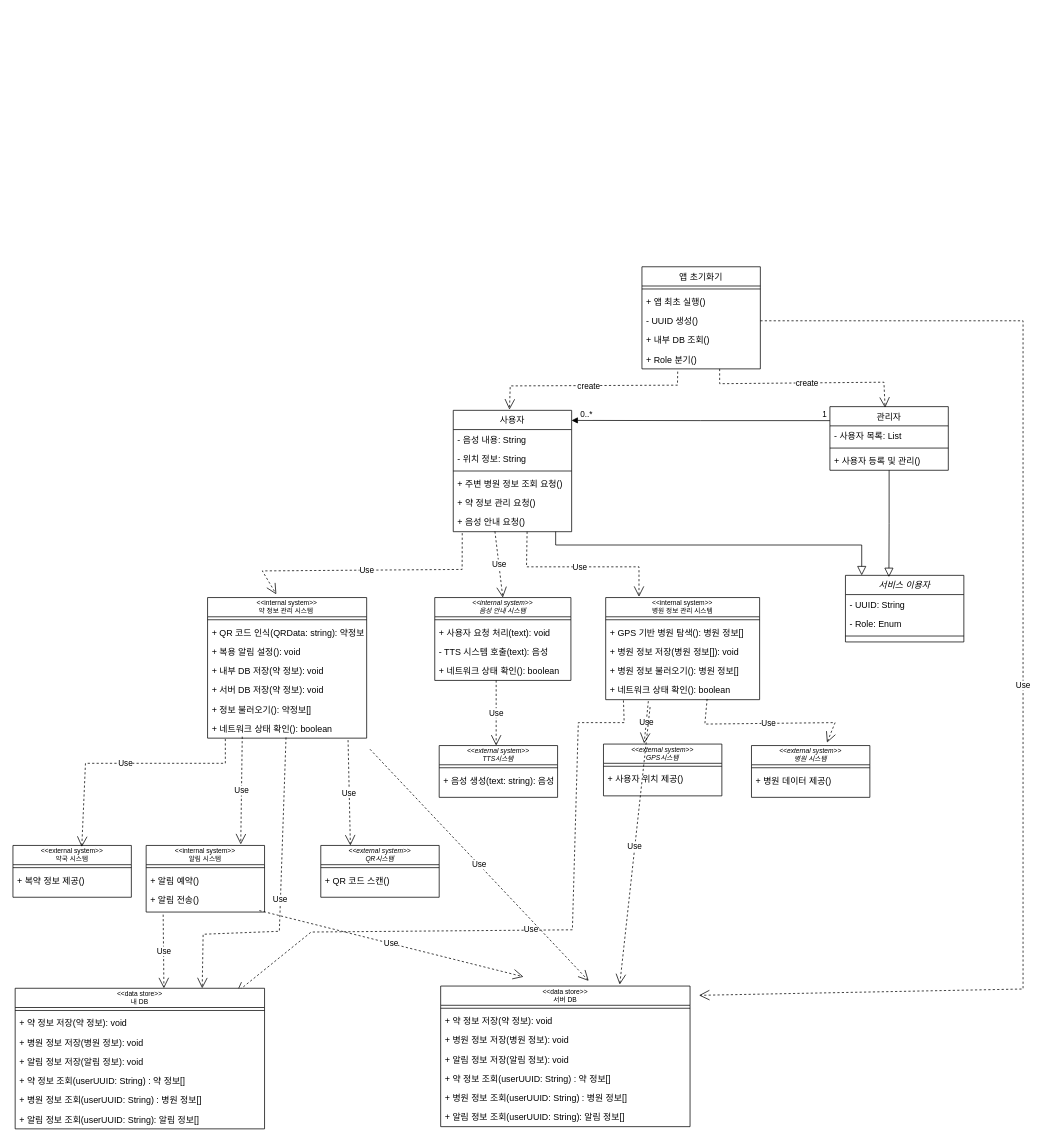
wnthsk/sejujun keeps this draw.io diagram as CLASSDIAGRAM.drawio. Above is the earlier version. Source tidied: cells renumbered, new cells numbered last; positions are measured from the earlier drawing's top-left corner, leaving out a move shared by most shapes. Both pictures are drawn from the tidied source at 74%, with x=0, y=0 at pixel (13, 266).
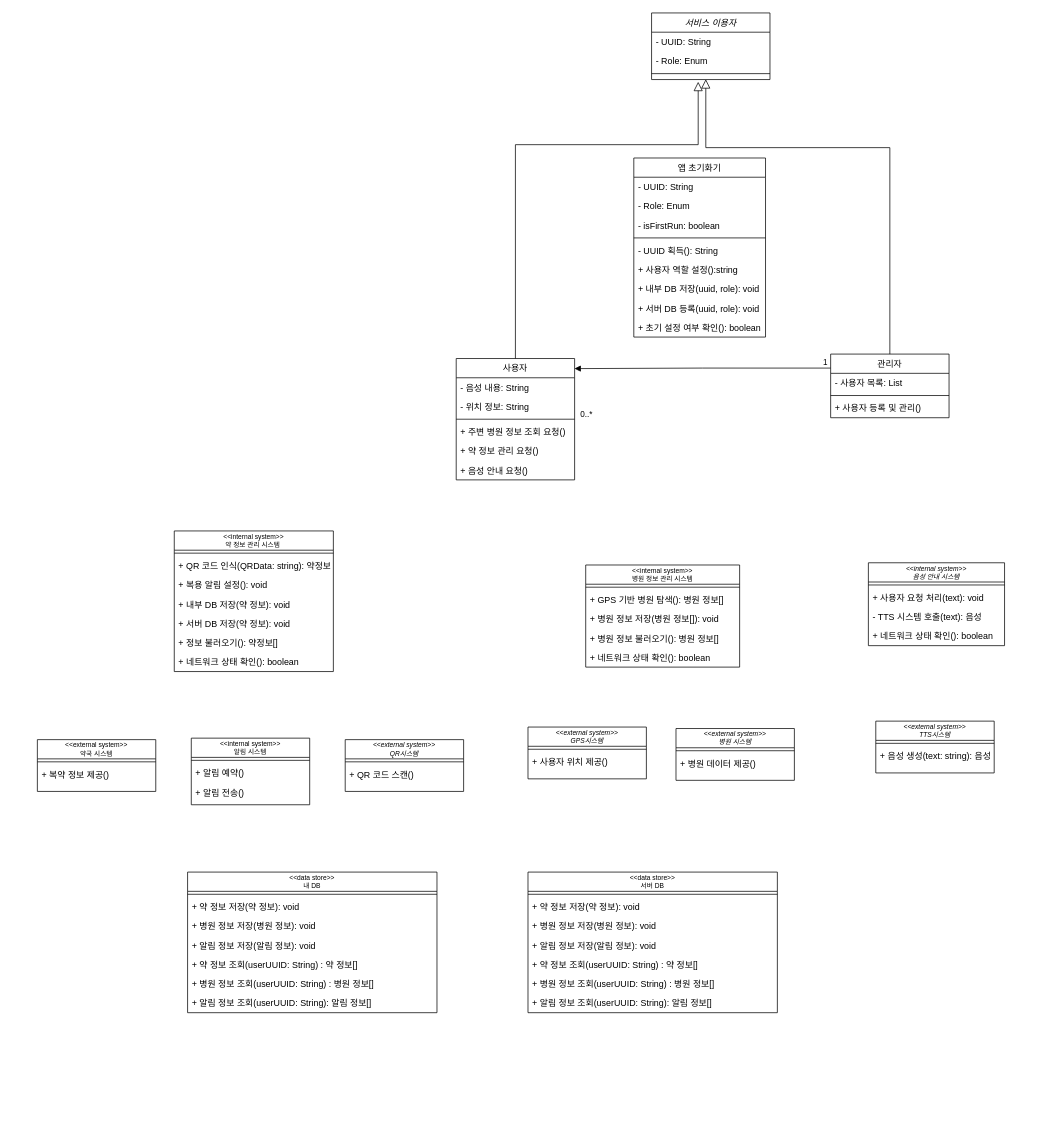
After the change.

The change refers to these unchanged cells:
```xml
<mxCell id="4" value="- Role: Enum" style="text;align=left;verticalAlign=top;spacingLeft=4;spacingRight=4;overflow=hidden;points=[[0,0.5],[1,0.5]];portConstraint=eastwest;rounded=0;shadow=0;html=0;" parent="2" vertex="1">
  <mxGeometry y="52" width="160" height="26" as="geometry" />
</mxCell>
<mxCell id="12" value="+ 음성 안내 요청()" style="text;align=left;verticalAlign=top;spacingLeft=4;spacingRight=4;overflow=hidden;points=[[0,0.5],[1,0.5]];portConstraint=eastwest;" parent="6" vertex="1">
  <mxGeometry y="138" width="160" height="26" as="geometry" />
</mxCell>
<mxCell id="37" value="+ 네트워크 상태 확인(): boolean" style="text;align=left;verticalAlign=top;spacingLeft=4;spacingRight=4;overflow=hidden;points=[[0,0.5],[1,0.5]];portConstraint=eastwest;" parent="30" vertex="1">
  <mxGeometry y="164" width="215" height="26" as="geometry" />
</mxCell>
<mxCell id="43" value="+ 네트워크 상태 확인(): boolean" style="text;align=left;verticalAlign=top;spacingLeft=4;spacingRight=4;overflow=hidden;points=[[0,0.5],[1,0.5]];portConstraint=eastwest;" parent="38" vertex="1">
  <mxGeometry y="112" width="208" height="26" as="geometry" />
</mxCell>
```

Change to the diagram source:
```diff
@@
     <mxCell id="2" value="서비스 이용자" style="swimlane;fontStyle=2;align=center;verticalAlign=top;horizontal=1;startSize=26;rounded=0;shadow=0;strokeWidth=1;" parent="1" vertex="1">
-      <mxGeometry x="1125" y="417" width="160" height="90" as="geometry" />
+      <mxGeometry x="863" y="-343" width="160" height="90" as="geometry" />
     </mxCell>
@@
     <mxCell id="6" value="사용자" style="swimlane;fontStyle=0;align=center;verticalAlign=top;horizontal=1;startSize=26;rounded=0;shadow=0;strokeWidth=1;" parent="1" vertex="1">
-      <mxGeometry x="595" y="194" width="160" height="164" as="geometry" />
+      <mxGeometry x="599" y="124" width="160" height="164" as="geometry" />
     </mxCell>
@@
-    <mxCell id="13" style="endArrow=block;endSize=10;endFill=0;shadow=0;strokeWidth=1;rounded=0;curved=0;edgeStyle=elbowEdgeStyle;elbow=vertical;exitX=0.865;exitY=0.998;exitDx=0;exitDy=0;exitPerimeter=0;" parent="1" edge="1" source="12">
+    <mxCell id="13" style="endArrow=block;endSize=10;endFill=0;shadow=0;strokeWidth=1;rounded=0;curved=0;edgeStyle=elbowEdgeStyle;elbow=vertical;exitX=0.5;exitY=0;exitDx=0;exitDy=0;" parent="1" edge="1" source="6">
       <mxGeometry relative="1" as="geometry">
-        <mxPoint x="1147" y="417" as="targetPoint" />
+        <mxPoint x="926" y="-250" as="targetPoint" />
         <Array as="points">
-          <mxPoint x="1035" y="376" />
+          <mxPoint x="833" y="-165" />
         </Array>
       </mxGeometry>
     </mxCell>
     <mxCell id="14" value="관리자" style="swimlane;fontStyle=0;align=center;verticalAlign=top;horizontal=1;startSize=26;rounded=0;shadow=0;strokeWidth=1;" parent="1" vertex="1">
-      <mxGeometry x="1104" y="189" width="160" height="86" as="geometry" />
+      <mxGeometry x="1105" y="118" width="160" height="86" as="geometry" />
     </mxCell>
@@
-    <mxCell id="18" style="endArrow=block;endSize=10;endFill=0;shadow=0;strokeWidth=1;rounded=0;curved=0;edgeStyle=elbowEdgeStyle;elbow=vertical;entryX=0.367;entryY=0.026;entryDx=0;entryDy=0;entryPerimeter=0;" parent="1" edge="1" source="14" target="2">
-      <mxGeometry relative="1" as="geometry" />
+    <mxCell id="18" style="endArrow=block;endSize=10;endFill=0;shadow=0;strokeWidth=1;rounded=0;curved=0;edgeStyle=elbowEdgeStyle;elbow=vertical;entryX=0.458;entryY=1.445;entryDx=0;entryDy=0;entryPerimeter=0;" parent="1" edge="1" source="14" target="4">
+      <mxGeometry relative="1" as="geometry">
+        <Array as="points">
+          <mxPoint x="1055" y="-161" />
+        </Array>
+      </mxGeometry>
     </mxCell>
     <mxCell id="19" value="앱 초기화기" style="swimlane;fontStyle=0;align=center;verticalAlign=top;horizontal=1;startSize=26;rounded=0;shadow=0;strokeWidth=1;" parent="1" vertex="1">
-      <mxGeometry x="850" width="160" height="138" as="geometry" />
+      <mxGeometry x="839" y="-147" width="178" height="242" as="geometry" />
     </mxCell>
+    <mxCell id="100" value="- UUID: String" style="text;align=left;verticalAlign=top;spacingLeft=4;spacingRight=4;overflow=hidden;" parent="19" vertex="1">
+      <mxGeometry y="26" width="178" height="26" as="geometry" />
+    </mxCell>
+    <mxCell id="101" value="- Role: Enum" style="text;align=left;verticalAlign=top;spacingLeft=4;spacingRight=4;overflow=hidden;" parent="19" vertex="1">
+      <mxGeometry y="52" width="178" height="26" as="geometry" />
+    </mxCell>
+    <mxCell id="102" value="- isFirstRun: boolean" style="text;align=left;verticalAlign=top;spacingLeft=4;spacingRight=4;overflow=hidden;" parent="19" vertex="1">
+      <mxGeometry y="78" width="178" height="26" as="geometry" />
+    </mxCell>
     <mxCell id="20" style="line;html=1;strokeWidth=1;align=left;verticalAlign=middle;spacingTop=-1;spacingLeft=3;spacingRight=3;labelPosition=right;" parent="19" vertex="1">
-      <mxGeometry y="26" width="160" height="8" as="geometry" />
+      <mxGeometry y="104" width="178" height="8" as="geometry" />
     </mxCell>
+    <mxCell id="22" value="- UUID 획득(): String" style="text;align=left;verticalAlign=top;spacingLeft=4;spacingRight=4;overflow=hidden;points=[[0,0.5],[1,0.5]];portConstraint=eastwest;" parent="19" vertex="1">
+      <mxGeometry y="112" width="178" height="26" as="geometry" />
+    </mxCell>
-    <mxCell id="21" value="+ 앱 최초 실행()" style="text;align=left;verticalAlign=top;spacingLeft=4;spacingRight=4;overflow=hidden;" parent="19" vertex="1">
-      <mxGeometry y="34" width="160" height="26" as="geometry" />
+    <mxCell id="21" value="+ 사용자 역할 설정():string" style="text;align=left;verticalAlign=top;spacingLeft=4;spacingRight=4;overflow=hidden;" parent="19" vertex="1">
+      <mxGeometry y="138" width="178" height="26" as="geometry" />
     </mxCell>
-    <mxCell id="22" value="- UUID 생성()" style="text;align=left;verticalAlign=top;spacingLeft=4;spacingRight=4;overflow=hidden;points=[[0,0.5],[1,0.5]];portConstraint=eastwest;" parent="19" vertex="1">
-      <mxGeometry y="60" width="160" height="26" as="geometry" />
-    </mxCell>
-    <mxCell id="23" value="+ 내부 DB 조회()" style="text;align=left;verticalAlign=top;spacingLeft=4;spacingRight=4;overflow=hidden;" parent="19" vertex="1">
-      <mxGeometry y="86" width="160" height="26" as="geometry" />
+    <mxCell id="23" value="+ 내부 DB 저장(uuid, role): void" style="text;align=left;verticalAlign=top;spacingLeft=4;spacingRight=4;overflow=hidden;" parent="19" vertex="1">
+      <mxGeometry y="164" width="178" height="26" as="geometry" />
     </mxCell>
-    <mxCell id="24" value="+ Role 분기()" style="text;align=left;verticalAlign=top;spacingLeft=4;spacingRight=4;overflow=hidden;points=[[0,0.5],[1,0.5]];portConstraint=eastwest;" parent="19" vertex="1">
-      <mxGeometry y="112" width="160" height="26" as="geometry" />
-    </mxCell>
+    <mxCell id="103" value="+ 서버 DB 등록(uuid, role): void" style="text;align=left;verticalAlign=top;spacingLeft=4;spacingRight=4;overflow=hidden;" parent="19" vertex="1">
+      <mxGeometry y="190" width="178" height="26" as="geometry" />
+    </mxCell>
+    <mxCell id="104" value="+ 초기 설정 여부 확인(): boolean" style="text;align=left;verticalAlign=top;spacingLeft=4;spacingRight=4;overflow=hidden;" parent="19" vertex="1">
+      <mxGeometry y="216" width="178" height="26" as="geometry" />
+    </mxCell>
     <mxCell id="25" value="&lt;&lt;internal system&gt;&gt;&#10;음성 안내 시스템" style="swimlane;fontStyle=2;align=center;verticalAlign=middle;horizontal=1;startSize=26;rounded=0;shadow=0;strokeWidth=1;fontSize=9;" parent="1" vertex="1">
-      <mxGeometry x="570" y="447" width="184" height="112" as="geometry" />
+      <mxGeometry x="1156" y="400" width="184" height="112" as="geometry" />
     </mxCell>
@@
     <mxCell id="30" value="&lt;&lt;internal system&gt;&gt;&#10;약 정보 관리 시스템 " style="swimlane;fontStyle=0;align=center;verticalAlign=middle;horizontal=1;startSize=26;rounded=0;shadow=0;strokeWidth=1;fontSize=9;" parent="1" vertex="1">
-      <mxGeometry x="263" y="447" width="215" height="190" as="geometry" />
+      <mxGeometry x="218" y="357" width="215" height="190" as="geometry" />
     </mxCell>
@@
     <mxCell id="38" value="&lt;&lt;internal system&gt;&gt;&#10;병원 정보 관리 시스템" style="swimlane;fontStyle=0;align=center;verticalAlign=middle;horizontal=1;startSize=26;rounded=0;shadow=0;strokeWidth=1;fontSize=9;" parent="1" vertex="1">
-      <mxGeometry x="801" y="447" width="208" height="138" as="geometry" />
+      <mxGeometry x="774" y="403" width="208" height="138" as="geometry" />
     </mxCell>
@@
-    <mxCell id="44" value="Use" style="endArrow=open;endSize=12;dashed=1;html=1;rounded=0;exitX=0.076;exitY=1.077;exitDx=0;exitDy=0;exitPerimeter=0;entryX=0.432;entryY=-0.023;entryDx=0;entryDy=0;entryPerimeter=0;" parent="1" edge="1" source="12" target="30">
-      <mxGeometry relative="1" as="geometry">
-        <Array as="points">
-          <mxPoint x="607" y="409" />
-          <mxPoint x="337" y="411" />
-        </Array>
-      </mxGeometry>
-    </mxCell>
-    <mxCell id="45" value="Use" style="endArrow=open;endSize=12;dashed=1;html=1;rounded=0;entryX=0.5;entryY=0;entryDx=0;entryDy=0;exitX=0.352;exitY=0.986;exitDx=0;exitDy=0;exitPerimeter=0;" parent="1" edge="1" source="12" target="25">
-      <mxGeometry relative="1" as="geometry" />
-    </mxCell>
-    <mxCell id="46" value="Use" style="endArrow=open;endSize=12;dashed=1;html=1;rounded=0;exitX=0.53;exitY=1.056;exitDx=0;exitDy=0;exitPerimeter=0;" parent="1" edge="1">
-      <mxGeometry relative="1" as="geometry">
-        <mxPoint x="694.8" y="358" as="sourcePoint" />
-        <mxPoint x="846" y="446" as="targetPoint" />
-        <Array as="points">
-          <mxPoint x="694" y="405.5" />
-          <mxPoint x="846" y="405.5" />
-        </Array>
-      </mxGeometry>
-    </mxCell>
     <mxCell id="47" value="&lt;&lt;external system&gt;&gt;&#10;QR시스템" style="swimlane;fontStyle=2;align=center;verticalAlign=middle;horizontal=1;startSize=26;rounded=0;shadow=0;strokeWidth=1;fontSize=9;" parent="1" vertex="1">
-      <mxGeometry x="416" y="782" width="160" height="70" as="geometry" />
+      <mxGeometry x="449" y="639" width="160" height="70" as="geometry" />
     </mxCell>
@@
     <mxCell id="50" value="&lt;&lt;internal system&gt;&gt;&#10;알림 시스템" style="swimlane;fontStyle=0;align=center;verticalAlign=middle;horizontal=1;startSize=26;rounded=0;shadow=0;strokeWidth=1;fontSize=9;" parent="1" vertex="1">
-      <mxGeometry x="180" y="782" width="160" height="90" as="geometry" />
+      <mxGeometry x="241" y="637" width="160" height="90" as="geometry" />
     </mxCell>
@@
     <mxCell id="54" value="&lt;&lt;external system&gt;&gt;&#10;TTS시스템" style="swimlane;fontStyle=2;align=center;verticalAlign=middle;horizontal=1;startSize=26;rounded=0;shadow=0;strokeWidth=1;fontSize=9;" parent="1" vertex="1">
-      <mxGeometry x="576" y="647" width="160" height="70" as="geometry" />
+      <mxGeometry x="1166" y="614" width="160" height="70" as="geometry" />
     </mxCell>
@@
     <mxCell id="57" value="&lt;&lt;external system&gt;&gt;&#10;병원 시스템" style="swimlane;fontStyle=2;align=center;verticalAlign=middle;horizontal=1;startSize=26;rounded=0;shadow=0;strokeWidth=1;fontSize=9;" parent="1" vertex="1">
-      <mxGeometry x="998" y="647" width="160" height="70" as="geometry" />
+      <mxGeometry x="896" y="624" width="160" height="70" as="geometry" />
     </mxCell>
@@
     <mxCell id="60" value="&lt;&lt;external system&gt;&gt;&#10;GPS시스템" style="swimlane;fontStyle=2;align=center;verticalAlign=middle;horizontal=1;startSize=26;rounded=0;shadow=0;strokeWidth=1;fontSize=9;" parent="1" vertex="1">
-      <mxGeometry x="798" y="645" width="160" height="70" as="geometry" />
+      <mxGeometry x="696" y="622" width="160" height="70" as="geometry" />
     </mxCell>
@@
-    <mxCell id="63" value="Use" style="endArrow=open;endSize=12;dashed=1;html=1;rounded=0;entryX=0.799;entryY=-0.016;entryDx=0;entryDy=0;exitX=0.218;exitY=0.923;exitDx=0;exitDy=0;exitPerimeter=0;entryPerimeter=0;" parent="1" edge="1" source="37" target="50">
-      <mxGeometry relative="1" as="geometry" />
-    </mxCell>
-    <mxCell id="64" value="Use" style="endArrow=open;endSize=12;dashed=1;html=1;rounded=0;exitX=0.883;exitY=1.101;exitDx=0;exitDy=0;exitPerimeter=0;entryX=0.25;entryY=0;entryDx=0;entryDy=0;" parent="1" edge="1" source="37" target="47">
-      <mxGeometry relative="1" as="geometry" />
-    </mxCell>
     <mxCell id="65" value="&lt;&lt;external system&gt;&gt;&#10;약국 시스템" style="swimlane;fontStyle=0;align=center;verticalAlign=middle;horizontal=1;startSize=26;rounded=0;shadow=0;strokeWidth=1;fontSize=9;" parent="1" vertex="1">
-      <mxGeometry y="782" width="160" height="70" as="geometry" />
+      <mxGeometry x="33" y="639" width="160" height="70" as="geometry" />
     </mxCell>
@@
-    <mxCell id="68" value="Use" style="endArrow=open;endSize=12;dashed=1;html=1;rounded=0;" parent="1" edge="1">
-      <mxGeometry relative="1" as="geometry">
-        <mxPoint x="287" y="638" as="sourcePoint" />
-        <mxPoint x="93" y="784" as="targetPoint" />
-        <Array as="points">
-          <mxPoint x="287" y="671" />
-          <mxPoint x="98" y="671" />
-        </Array>
-      </mxGeometry>
-    </mxCell>
-    <mxCell id="69" value="Use" style="endArrow=open;endSize=12;dashed=1;html=1;rounded=0;entryX=0.5;entryY=0;entryDx=0;entryDy=0;" parent="1" edge="1">
-      <mxGeometry relative="1" as="geometry">
-        <mxPoint x="653" y="559" as="sourcePoint" />
-        <mxPoint x="653" y="647" as="targetPoint" />
-      </mxGeometry>
-    </mxCell>
-    <mxCell id="70" value="Use" style="endArrow=open;endSize=12;dashed=1;html=1;rounded=0;exitX=0.277;exitY=1.078;exitDx=0;exitDy=0;exitPerimeter=0;" parent="1" edge="1" source="43">
-      <mxGeometry relative="1" as="geometry">
-        <mxPoint x="853" y="644" as="targetPoint" />
-      </mxGeometry>
-    </mxCell>
-    <mxCell id="71" value="Use" style="endArrow=open;endSize=12;dashed=1;html=1;rounded=0;entryX=0.638;entryY=-0.057;entryDx=0;entryDy=0;exitX=0.659;exitY=0.962;exitDx=0;exitDy=0;entryPerimeter=0;exitPerimeter=0;" parent="1" edge="1" source="43" target="57">
-      <mxGeometry relative="1" as="geometry">
-        <Array as="points">
-          <mxPoint x="935" y="618" />
-          <mxPoint x="1111" y="616" />
-        </Array>
-      </mxGeometry>
-    </mxCell>
-    <mxCell id="72" value="Use" style="endArrow=open;endSize=12;dashed=1;html=1;rounded=0;entryX=0.75;entryY=0;entryDx=0;entryDy=0;exitX=0.493;exitY=0.964;exitDx=0;exitDy=0;exitPerimeter=0;" parent="1" edge="1" source="37" target="89">
-      <mxGeometry relative="1" as="geometry">
-        <Array as="points">
-          <mxPoint x="360" y="898" />
-          <mxPoint x="257" y="902" />
-        </Array>
-      </mxGeometry>
-    </mxCell>
-    <mxCell id="73" value="create" style="endArrow=open;endSize=12;dashed=1;html=1;rounded=0;entryX=0.466;entryY=0.017;entryDx=0;entryDy=0;entryPerimeter=0;" parent="1" edge="1" target="14">
-      <mxGeometry relative="1" as="geometry">
-        <mxPoint x="955" y="138" as="sourcePoint" />
-        <Array as="points">
-          <mxPoint x="955" y="158" />
-          <mxPoint x="1177" y="156" />
-        </Array>
-      </mxGeometry>
-    </mxCell>
-    <mxCell id="74" value="Use" style="endArrow=open;endSize=12;dashed=1;html=1;rounded=0;exitX=1;exitY=0.5;exitDx=0;exitDy=0;entryX=1.036;entryY=0.066;entryDx=0;entryDy=0;entryPerimeter=0;" parent="1" edge="1" source="22" target="81">
-      <mxGeometry relative="1" as="geometry">
-        <Array as="points">
-          <mxPoint x="1365" y="73" />
-          <mxPoint x="1365" y="447" />
-          <mxPoint x="1365" y="976" />
-        </Array>
-      </mxGeometry>
-    </mxCell>
-    <mxCell id="75" value="Use" style="endArrow=open;endSize=12;dashed=1;html=1;rounded=0;exitX=0.806;exitY=1.173;exitDx=0;exitDy=0;exitPerimeter=0;" parent="1" edge="1">
-      <mxGeometry relative="1" as="geometry">
-        <mxPoint x="203" y="875.5" as="sourcePoint" />
-        <mxPoint x="204" y="975" as="targetPoint" />
-      </mxGeometry>
-    </mxCell>
-    <mxCell id="76" value="create" style="endArrow=open;endSize=12;dashed=1;html=1;rounded=0;exitX=0.302;exitY=1.14;exitDx=0;exitDy=0;exitPerimeter=0;" parent="1" edge="1" source="24">
-      <mxGeometry relative="1" as="geometry">
-        <mxPoint x="671" y="193" as="targetPoint" />
-        <Array as="points">
-          <mxPoint x="898" y="160" />
-          <mxPoint x="672" y="161" />
-        </Array>
-      </mxGeometry>
-    </mxCell>
@@
-    <mxCell id="80" value="Use" style="endArrow=open;endSize=12;dashed=1;html=1;rounded=0;entryX=0.887;entryY=0.03;entryDx=0;entryDy=0;entryPerimeter=0;" parent="1" edge="1" target="89">
-      <mxGeometry relative="1" as="geometry">
-        <mxPoint x="825" y="586" as="sourcePoint" />
-        <Array as="points">
-          <mxPoint x="826" y="616" />
-          <mxPoint x="764" y="616" />
-          <mxPoint x="756" y="896" />
-          <mxPoint x="403" y="899" />
-        </Array>
-      </mxGeometry>
-    </mxCell>
     <mxCell id="81" value="&lt;&lt;data store&gt;&gt;&#10;서버 DB" style="swimlane;fontStyle=0;align=center;verticalAlign=middle;horizontal=1;startSize=26;rounded=0;shadow=0;strokeWidth=1;fontSize=9;" parent="1" vertex="1">
-      <mxGeometry x="578" y="972" width="337" height="190" as="geometry" />
+      <mxGeometry x="696" y="818" width="337" height="190" as="geometry" />
     </mxCell>
@@
     <mxCell id="89" value="&lt;&lt;data store&gt;&gt;&#10;내 DB" style="swimlane;fontStyle=0;align=center;verticalAlign=middle;horizontal=1;startSize=26;rounded=0;shadow=0;strokeWidth=1;fontSize=9;" parent="1" vertex="1">
-      <mxGeometry x="3" y="975" width="337" height="190" as="geometry" />
+      <mxGeometry x="236" y="818" width="337" height="190" as="geometry" />
     </mxCell>
@@
-    <mxCell id="97" value="Use" style="endArrow=open;endSize=12;dashed=1;html=1;rounded=0;entryX=0.332;entryY=-0.066;entryDx=0;entryDy=0;entryPerimeter=0;" parent="1" edge="1" target="81">
-      <mxGeometry relative="1" as="geometry">
-        <mxPoint x="333" y="870" as="sourcePoint" />
-      </mxGeometry>
-    </mxCell>
-    <mxCell id="98" value="Use" style="endArrow=open;endSize=12;dashed=1;html=1;rounded=0;exitX=1.021;exitY=1.577;exitDx=0;exitDy=0;exitPerimeter=0;" parent="1" edge="1" source="37">
-      <mxGeometry relative="1" as="geometry">
-        <mxPoint x="778" y="965" as="targetPoint" />
-      </mxGeometry>
-    </mxCell>
-    <mxCell id="99" value="Use" style="endArrow=open;endSize=12;dashed=1;html=1;rounded=0;exitX=0.277;exitY=1.078;exitDx=0;exitDy=0;exitPerimeter=0;" parent="1" edge="1">
-      <mxGeometry relative="1" as="geometry">
-        <mxPoint x="861" y="595" as="sourcePoint" />
-        <mxPoint x="820" y="970" as="targetPoint" />
-      </mxGeometry>
-    </mxCell>
```
